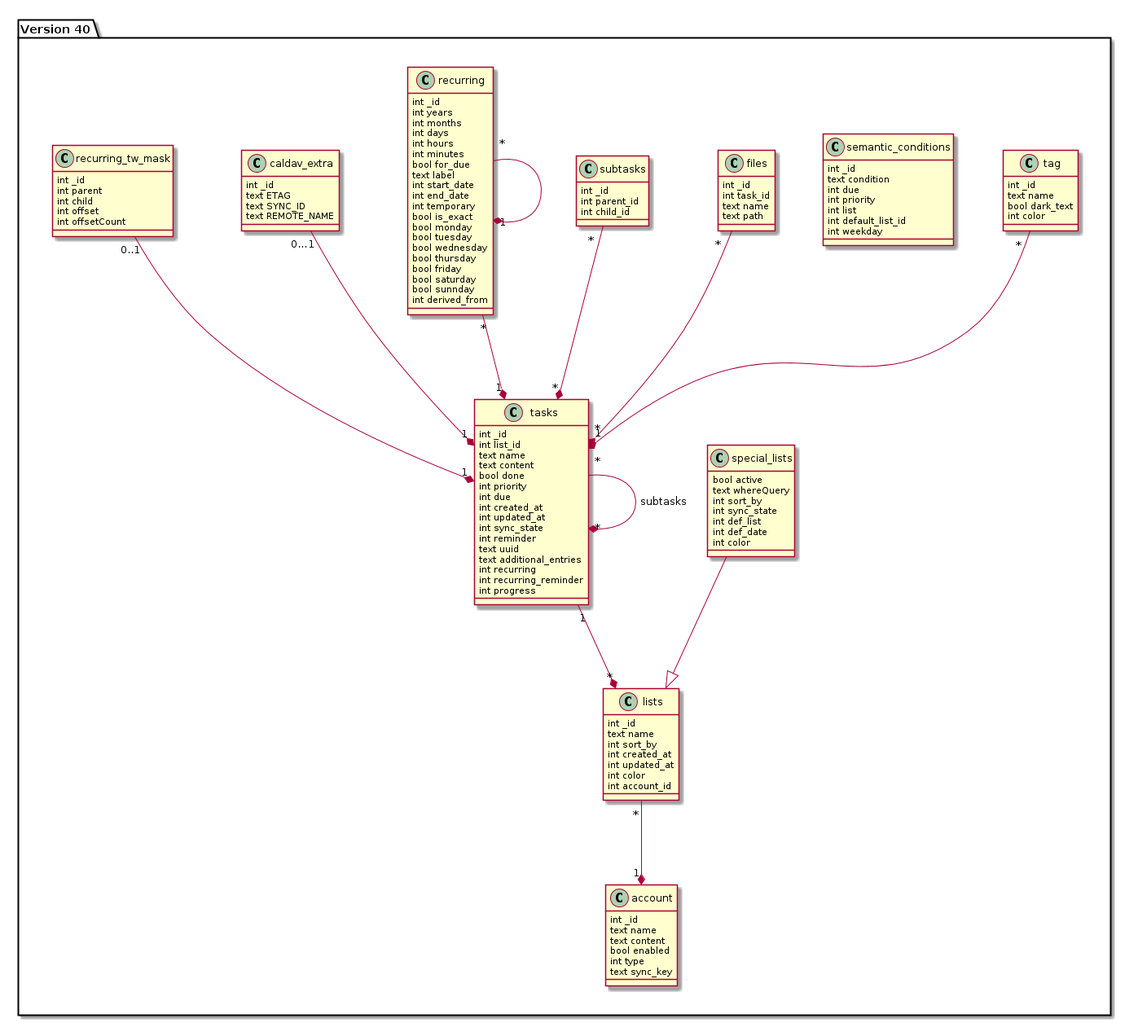
omefire/mirakel-android keeps this PlantUML diagram as diagramms/database.png. Above is the earlier version.
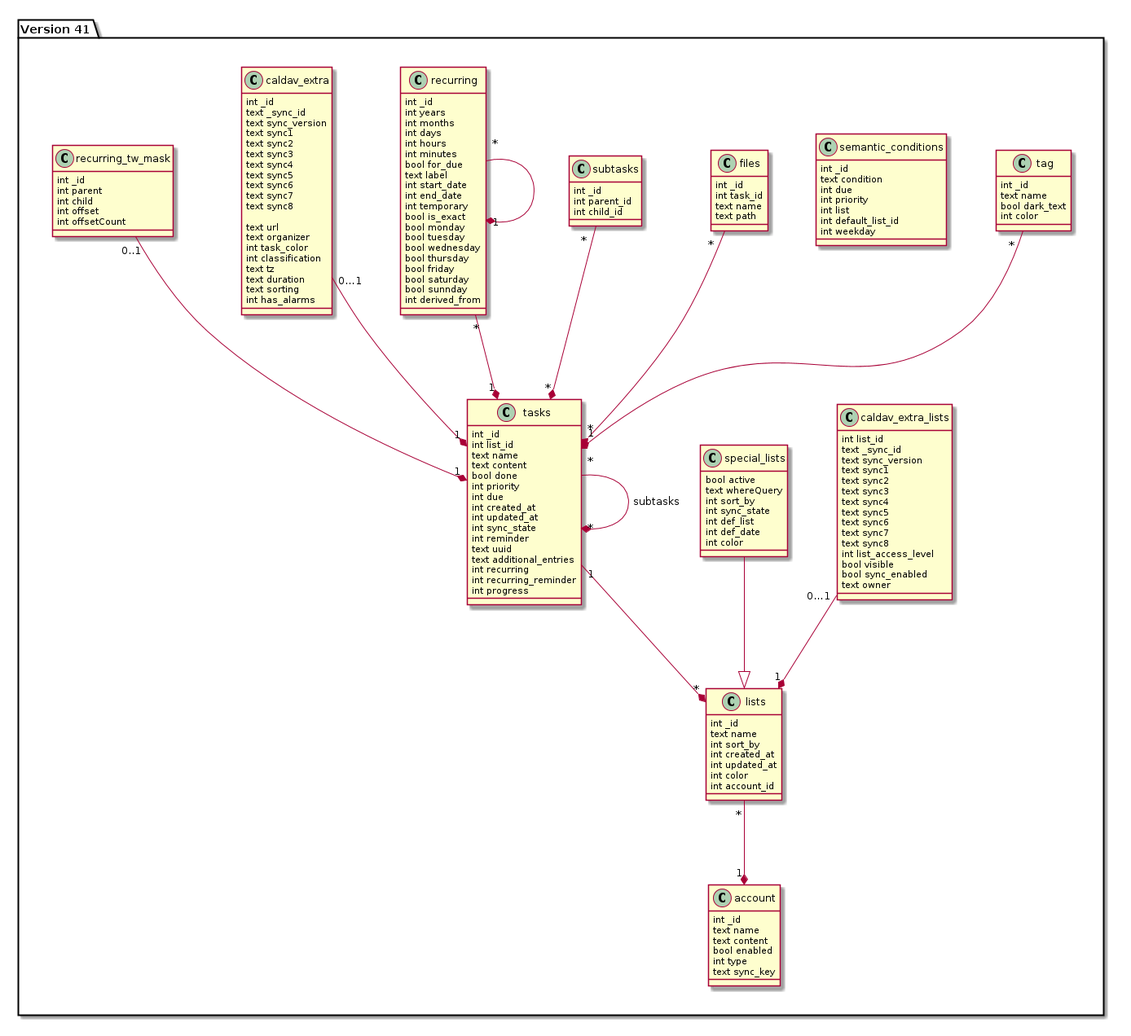
Above is the later version.

The edit, as a diff of the source:
```diff
@@ -1,5 +1,5 @@
 @startuml
-package "Version 40" {
+package "Version 41" {
 class "lists" {
 int _id
 text name
@@ -29,6 +29,26 @@
 }
 tasks "1" --* "*" lists
 tasks "*" --* "*" tasks : subtasks
+
+class caldav_extra_lists {
+int list_id
+text _sync_id
+text sync_version
+text sync1
+text sync2
+text sync3
+text sync4
+text sync5
+text sync6
+text sync7
+text sync8
+int list_access_level
+bool visible
+bool sync_enabled
+text owner
+}
+caldav_extra_lists "0?1" --* "1" lists
+
 class "tag" {
 int _id
 text name
@@ -107,9 +127,25 @@
 
 class caldav_extra {
 int _id
-text ETAG
-text SYNC_ID
-text REMOTE_NAME
+text _sync_id
+text sync_version
+text sync1
+text sync2
+text sync3
+text sync4
+text sync5
+text sync6
+text sync7
+text sync8
+
+text url
+text organizer
+int task_color
+int classification
+text tz
+text duration
+text sorting
+int has_alarms
 }
 caldav_extra "0?1" --* "1" tasks
 
```
